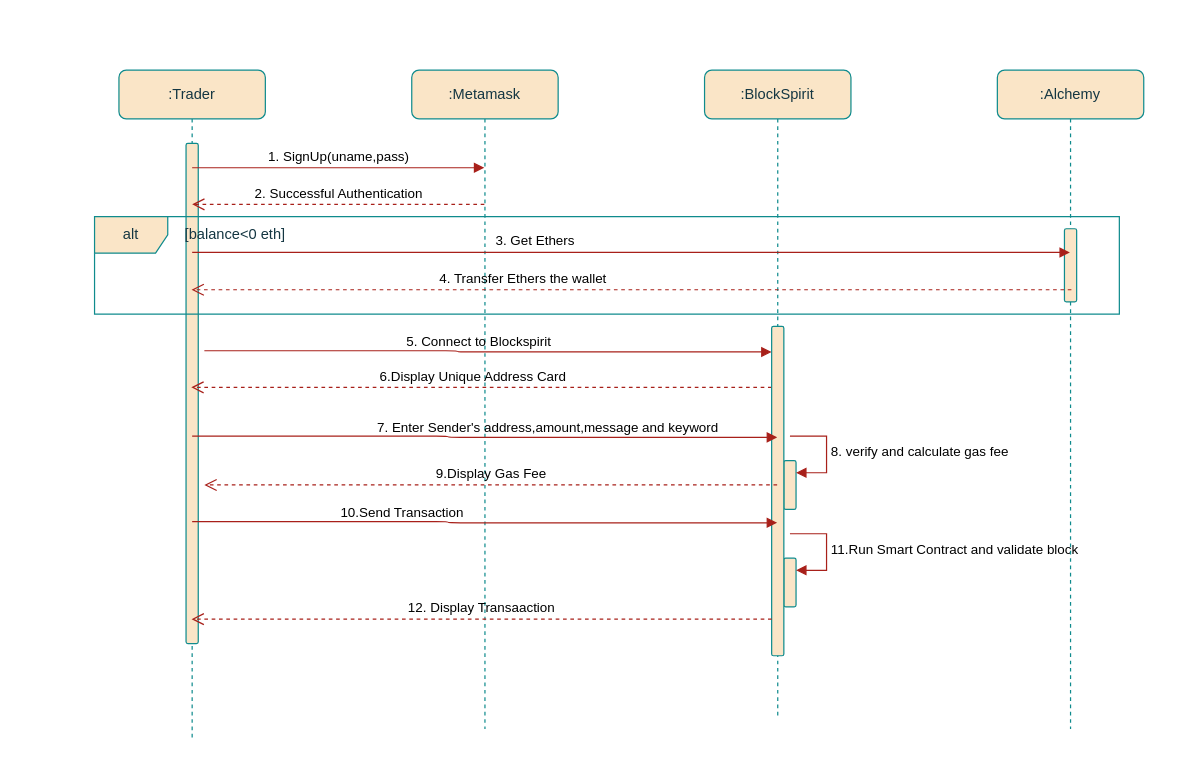
CODEX108/Computer-Security keeps this draw.io diagram as useCase.drawio. Above is the earlier version. Source tidied: cells renumbered, new cells numbered last; positions are measured from the earlier drawing's top-left corner, leaving out a move shared by most shapes. Both pictures are drawn from the tidied source at 122%, with x=0, y=0 at pixel (94, 70).
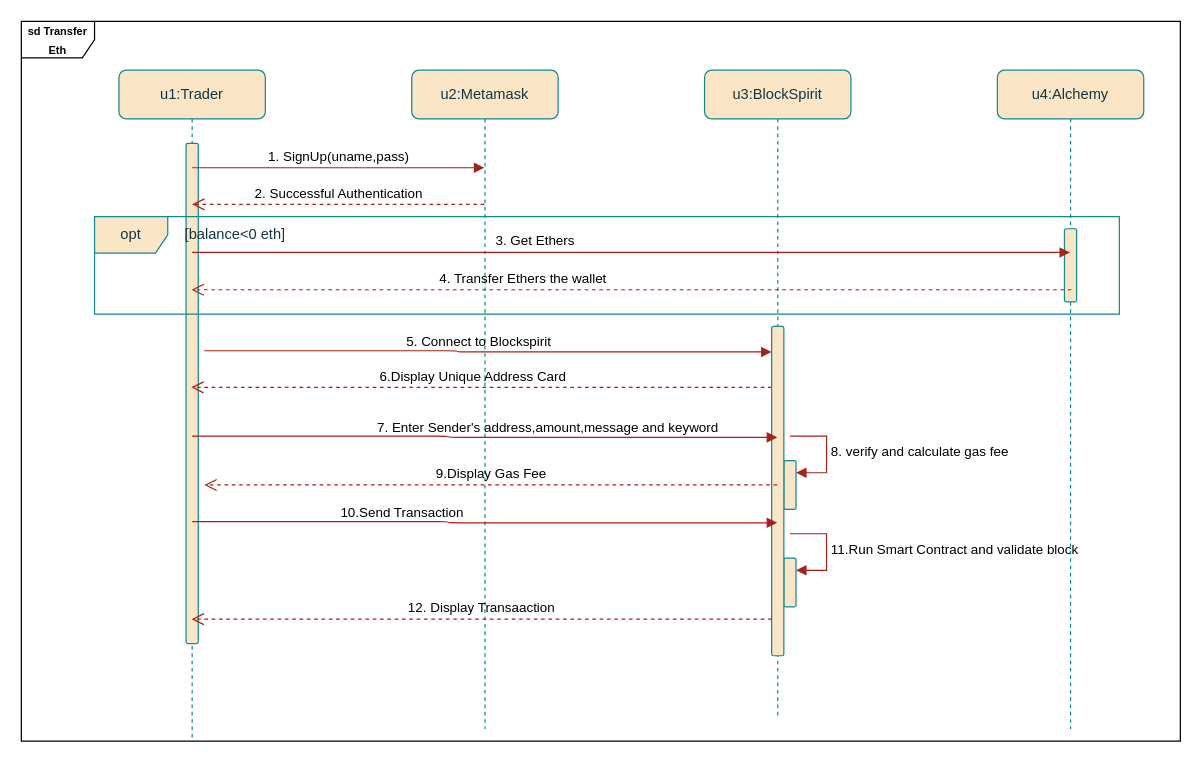
The same page after the edit.

The edit, as a diff of the source:
```diff
@@
-    <mxCell id="2" value=":Trader" style="shape=umlLifeline;perimeter=lifelinePerimeter;whiteSpace=wrap;html=1;outlineConnect=0;portConstraint=eastwest;newEdgeStyle={&quot;curved&quot;:0,&quot;rounded&quot;:0};labelBackgroundColor=none;fillColor=#FAE5C7;strokeColor=#0F8B8D;fontColor=#143642;rounded=1;" parent="1" vertex="1">
+    <mxCell id="2" value="u1:Trader" style="shape=umlLifeline;perimeter=lifelinePerimeter;whiteSpace=wrap;html=1;outlineConnect=0;portConstraint=eastwest;newEdgeStyle={&quot;curved&quot;:0,&quot;rounded&quot;:0};labelBackgroundColor=none;fillColor=#FAE5C7;strokeColor=#0F8B8D;fontColor=#143642;rounded=1;" parent="1" vertex="1">
       <mxGeometry x="20" width="120" height="550" as="geometry" />
     </mxCell>
@@
-    <mxCell id="4" value=":BlockSpirit" style="shape=umlLifeline;perimeter=lifelinePerimeter;whiteSpace=wrap;html=1;outlineConnect=0;portConstraint=eastwest;newEdgeStyle={&quot;curved&quot;:0,&quot;rounded&quot;:0};labelBackgroundColor=none;fillColor=#FAE5C7;strokeColor=#0F8B8D;fontColor=#143642;rounded=1;" parent="1" vertex="1">
+    <mxCell id="4" value="u3:BlockSpirit" style="shape=umlLifeline;perimeter=lifelinePerimeter;whiteSpace=wrap;html=1;outlineConnect=0;portConstraint=eastwest;newEdgeStyle={&quot;curved&quot;:0,&quot;rounded&quot;:0};labelBackgroundColor=none;fillColor=#FAE5C7;strokeColor=#0F8B8D;fontColor=#143642;rounded=1;" parent="1" vertex="1">
       <mxGeometry x="500" width="120" height="530" as="geometry" />
     </mxCell>
@@
-    <mxCell id="9" value=":Metamask" style="shape=umlLifeline;perimeter=lifelinePerimeter;whiteSpace=wrap;html=1;outlineConnect=0;portConstraint=eastwest;newEdgeStyle={&quot;curved&quot;:0,&quot;rounded&quot;:0};labelBackgroundColor=none;fillColor=#FAE5C7;strokeColor=#0F8B8D;fontColor=#143642;rounded=1;" parent="1" vertex="1">
+    <mxCell id="9" value="u2:Metamask" style="shape=umlLifeline;perimeter=lifelinePerimeter;whiteSpace=wrap;html=1;outlineConnect=0;portConstraint=eastwest;newEdgeStyle={&quot;curved&quot;:0,&quot;rounded&quot;:0};labelBackgroundColor=none;fillColor=#FAE5C7;strokeColor=#0F8B8D;fontColor=#143642;rounded=1;" parent="1" vertex="1">
       <mxGeometry x="260" width="120" height="540" as="geometry" />
     </mxCell>
-    <mxCell id="10" value=":Alchemy" style="shape=umlLifeline;perimeter=lifelinePerimeter;whiteSpace=wrap;html=1;newEdgeStyle={&quot;curved&quot;:0,&quot;rounded&quot;:0};labelBackgroundColor=none;fillColor=#FAE5C7;strokeColor=#0F8B8D;fontColor=#143642;rounded=1;" parent="1" vertex="1">
+    <mxCell id="10" value="u4:Alchemy" style="shape=umlLifeline;perimeter=lifelinePerimeter;whiteSpace=wrap;html=1;newEdgeStyle={&quot;curved&quot;:0,&quot;rounded&quot;:0};labelBackgroundColor=none;fillColor=#FAE5C7;strokeColor=#0F8B8D;fontColor=#143642;rounded=1;" parent="1" vertex="1">
       <mxGeometry x="740" width="120" height="540" as="geometry" />
     </mxCell>
@@
-    <mxCell id="16" value="alt" style="shape=umlFrame;whiteSpace=wrap;html=1;labelBackgroundColor=none;fillColor=#FAE5C7;strokeColor=#0F8B8D;fontColor=#143642;rounded=1;" parent="1" vertex="1">
+    <mxCell id="16" value="opt" style="shape=umlFrame;whiteSpace=wrap;html=1;labelBackgroundColor=none;fillColor=#FAE5C7;strokeColor=#0F8B8D;fontColor=#143642;rounded=1;" parent="1" vertex="1">
       <mxGeometry y="120" width="840" height="80" as="geometry" />
     </mxCell>
@@
+    <mxCell id="26" value="&lt;font style=&quot;font-size: 9px;&quot;&gt;&lt;b&gt;sd Transfer Eth&lt;/b&gt;&lt;/font&gt;" style="shape=umlFrame;whiteSpace=wrap;html=1;" parent="1" vertex="1">
+      <mxGeometry x="-60" y="-40" width="950" height="590" as="geometry" />
+    </mxCell>
```
